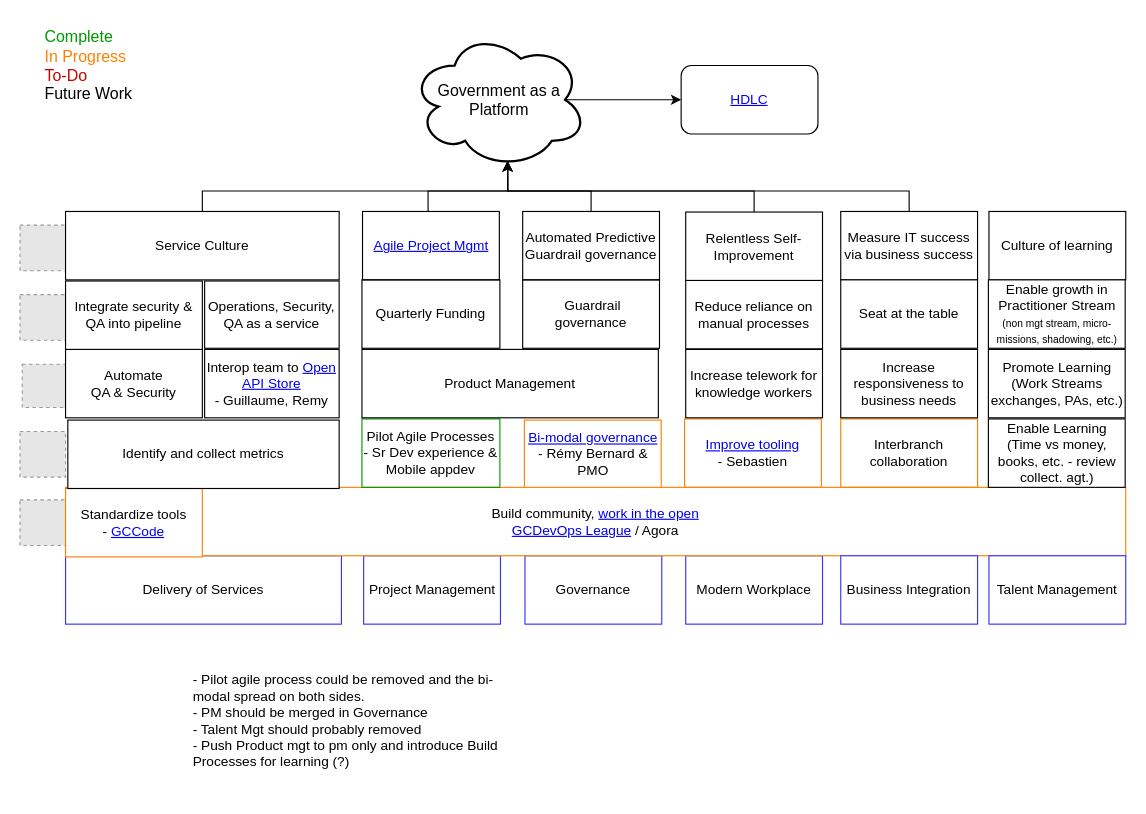
sara-sabr/ITStrategy keeps this draw.io diagram as Strategies/StrategySummary.drawio. Above is the earlier version. Source tidied: cells renumbered, new cells numbered last; positions are measured from the earlier drawing's top-left corner, leaving out a move shared by most shapes. Both pictures are drawn from the tidied source at 114%, with x=0, y=0 at pixel (19, 19). Pictures stored in the file or linked from it are replaced by grey dashed boxes.
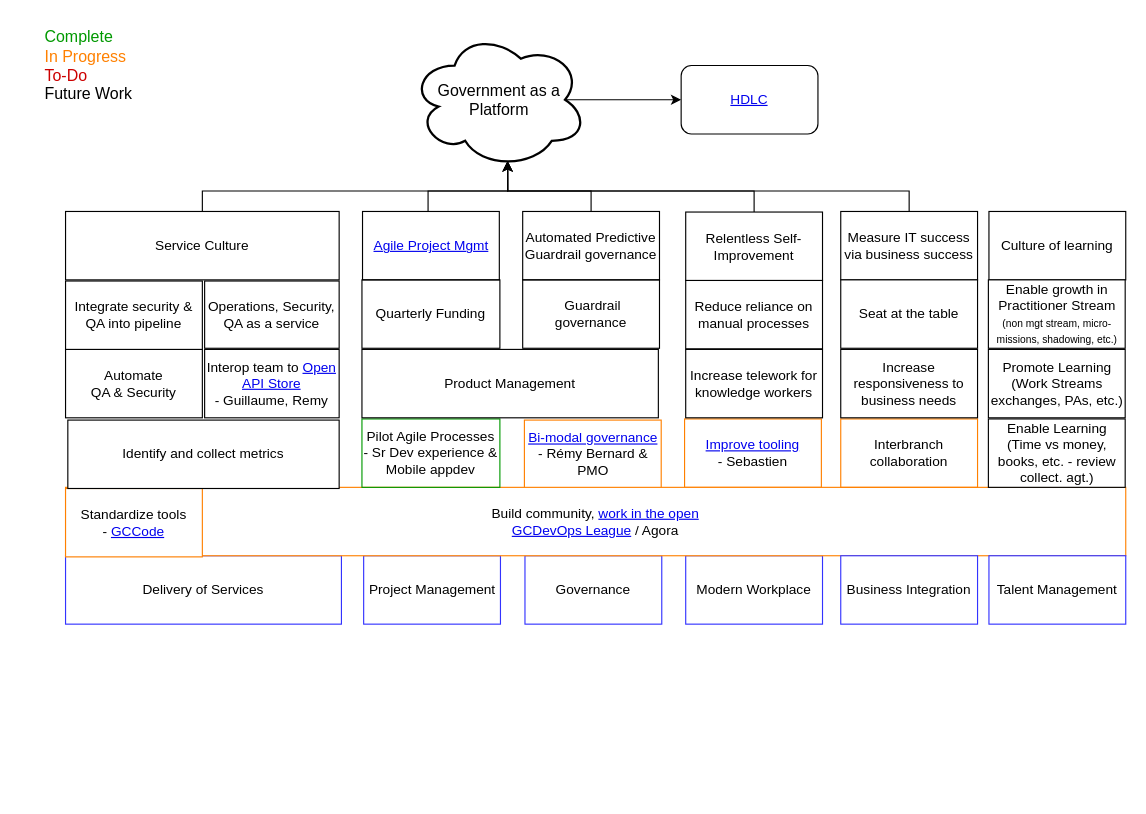
Above is the later version.

Commit message:
Remove notes and numbers in draw.io

The edit, as a diff of the source:
```diff
@@
-    <mxCell id="11" style="fillColor=#E6E6E6;strokeColor=#999999;dashed=1;html=1;verticalAlign=top;verticalLabelPosition=bottom;labelBackgroundColor=#ffffff;" parent="1" vertex="1">
-      <mxGeometry y="421" width="40" height="40" as="geometry" />
-    </mxCell>
-    <mxCell id="12" style="fillColor=#E6E6E6;strokeColor=#999999;dashed=1;html=1;verticalAlign=top;verticalLabelPosition=bottom;labelBackgroundColor=#ffffff;" parent="1" vertex="1">
-      <mxGeometry y="361" width="40" height="40" as="geometry" />
-    </mxCell>
-    <mxCell id="13" style="fillColor=#E6E6E6;strokeColor=#999999;dashed=1;html=1;verticalAlign=top;verticalLabelPosition=bottom;labelBackgroundColor=#ffffff;" parent="1" vertex="1">
-      <mxGeometry x="2" y="302" width="38" height="38" as="geometry" />
-    </mxCell>
-    <mxCell id="14" style="fillColor=#E6E6E6;strokeColor=#999999;dashed=1;html=1;verticalAlign=top;verticalLabelPosition=bottom;labelBackgroundColor=#ffffff;" parent="1" vertex="1">
-      <mxGeometry y="241" width="40" height="40" as="geometry" />
-    </mxCell>
-    <mxCell id="15" style="fillColor=#E6E6E6;strokeColor=#999999;dashed=1;html=1;verticalAlign=top;verticalLabelPosition=bottom;labelBackgroundColor=#ffffff;" parent="1" vertex="1">
-      <mxGeometry y="180" width="40" height="40" as="geometry" />
-    </mxCell>
@@
-    <mxCell id="48" value="&lt;div align=&quot;left&quot;&gt;- Pilot agile process could be removed and the bi-modal spread on both sides.&lt;/div&gt;&lt;div align=&quot;left&quot;&gt;- PM should be merged in Governance&lt;/div&gt;&lt;div align=&quot;left&quot;&gt;- Talent Mgt should probably removed&lt;/div&gt;&lt;div align=&quot;left&quot;&gt;- Push Product mgt to pm only and introduce Build Processes for learning (?)&lt;/div&gt;" style="text;html=1;strokeColor=none;fillColor=none;align=left;verticalAlign=middle;whiteSpace=wrap;rounded=0;" parent="1" vertex="1">
-      <mxGeometry x="150" y="550" width="290" height="130" as="geometry" />
-    </mxCell>
```
